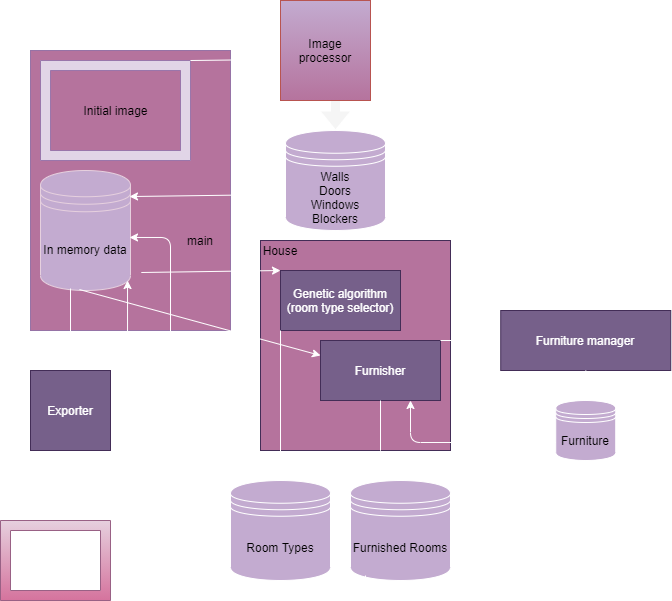
CoLuiza/houseschemagenerator keeps this draw.io diagram as readme/diagram.png. Above is the earlier version. Source tidied: cells renumbered, new cells last; positions are measured from the earlier drawing's top-left corner, leaving out a move shared by most shapes. Source of this version:
```xml
<mxGraphModel>
  <root>
    <mxCell id="0" />
    <mxCell id="1" parent="0" />
    <mxCell id="2" style="endArrow=classic;html=1;exitX=0.5;exitY=1;exitDx=0;exitDy=0;labelBackgroundColor=#FFFFFF;fillColor=#f5f5f5;strokeColor=#FFFFFF;" parent="1" edge="1" source="30">
      <mxGeometry relative="1" as="geometry">
        <mxPoint x="70" y="518" as="targetPoint" />
      </mxGeometry>
    </mxCell>
    <mxCell id="3" style="shape=flexArrow;endArrow=classic;html=1;entryX=0.5;entryY=0;entryDx=0;entryDy=0;labelBackgroundColor=#FFFFFF;fillColor=#f5f5f5;strokeColor=#FFFFFF;" parent="1" edge="1" target="17">
      <mxGeometry relative="1" as="geometry">
        <mxPoint x="335" y="90" as="sourcePoint" />
      </mxGeometry>
    </mxCell>
    <mxCell id="4" style="rounded=0;whiteSpace=wrap;html=1;strokeColor=#9673a6;fillColor=#B5739D;" parent="1" vertex="1">
      <mxGeometry x="30" y="50" width="200" height="280" as="geometry" />
    </mxCell>
    <mxCell id="5" style="verticalLabelPosition=bottom;verticalAlign=top;html=1;shape=mxgraph.basic.frame;dx=10;fillColor=#e1d5e7;strokeColor=#9A76AB;" parent="1" vertex="1">
      <mxGeometry x="40" y="60" width="150" height="100" as="geometry" />
    </mxCell>
    <mxCell id="6" value="Initial image" style="text;html=1;align=center;verticalAlign=middle;" parent="5" vertex="1">
      <mxGeometry x="35" y="40" width="80" height="20" as="geometry" />
    </mxCell>
    <mxCell id="7" value="Image processor" style="rounded=0;whiteSpace=wrap;html=1;strokeColor=#b85450;gradientColor=#B5739D;fillColor=#C3ABD0;" parent="1" vertex="1">
      <mxGeometry x="280" width="90" height="100" as="geometry" />
    </mxCell>
    <mxCell id="8" value="In memory data" style="shape=datastore;whiteSpace=wrap;html=1;strokeColor=#E6D0DE;fillColor=#C3ABD0;" parent="1" vertex="1">
      <mxGeometry x="40" y="170" width="90" height="120" as="geometry" />
    </mxCell>
    <mxCell id="9" style="endArrow=classic;html=1;entryX=0.989;entryY=0.217;entryDx=0;entryDy=0;entryPerimeter=0;exitX=-0.03;exitY=0.64;exitDx=0;exitDy=0;exitPerimeter=0;labelBackgroundColor=#FFFFFF;fillColor=#f5f5f5;strokeColor=#FFFFFF;" parent="1" edge="1" source="17" target="8">
      <mxGeometry relative="1" as="geometry" />
    </mxCell>
    <mxCell id="10" style="endArrow=classic;html=1;entryX=-0.044;entryY=0.59;entryDx=0;entryDy=0;exitX=1;exitY=0;exitDx=0;exitDy=0;exitPerimeter=0;entryPerimeter=0;labelBackgroundColor=#FFFFFF;fillColor=#f5f5f5;strokeColor=#FFFFFF;" parent="1" edge="1" source="5" target="7">
      <mxGeometry relative="1" as="geometry" />
    </mxCell>
    <mxCell id="11" value="main" style="text;html=1;strokeColor=none;fillColor=none;align=center;verticalAlign=middle;whiteSpace=wrap;rounded=0;" parent="1" vertex="1">
      <mxGeometry x="180" y="230" width="40" height="20" as="geometry" />
    </mxCell>
    <mxCell id="12" style="rounded=0;whiteSpace=wrap;html=1;strokeColor=#432D57;fontColor=#ffffff;fillColor=#B5739D;" parent="1" vertex="1">
      <mxGeometry x="260" y="240" width="190" height="210" as="geometry" />
    </mxCell>
    <mxCell id="13" value="House" style="text;html=1;strokeColor=none;fillColor=none;align=center;verticalAlign=middle;whiteSpace=wrap;rounded=0;" parent="1" vertex="1">
      <mxGeometry x="260" y="240" width="40" height="20" as="geometry" />
    </mxCell>
    <mxCell id="14" value="Genetic algorithm (room type selector)" style="rounded=0;whiteSpace=wrap;html=1;fillColor=#76608a;strokeColor=#432D57;fontColor=#ffffff;" parent="1" vertex="1">
      <mxGeometry x="280" y="270" width="120" height="60" as="geometry" />
    </mxCell>
    <mxCell id="15" style="endArrow=classic;html=1;exitX=1.12;exitY=0.85;exitDx=0;exitDy=0;exitPerimeter=0;entryX=0;entryY=0;entryDx=0;entryDy=0;labelBackgroundColor=#FFFFFF;fillColor=#f5f5f5;strokeColor=#FFFFFF;" parent="1" edge="1" source="8" target="14">
      <mxGeometry relative="1" as="geometry" />
    </mxCell>
    <mxCell id="16" style="endArrow=classic;html=1;exitX=0;exitY=0.5;exitDx=0;exitDy=0;entryX=0.989;entryY=0.558;entryDx=0;entryDy=0;entryPerimeter=0;labelBackgroundColor=#FFFFFF;fillColor=#f5f5f5;strokeColor=#FFFFFF;" parent="1" edge="1" source="18" target="8">
      <mxGeometry relative="1" as="geometry">
        <Array as="points">
          <mxPoint x="170" y="530" />
          <mxPoint x="170" y="237" />
        </Array>
      </mxGeometry>
    </mxCell>
    <mxCell id="17" value="Walls&lt;br&gt;Doors&lt;br&gt;Windows&lt;br&gt;Blockers" style="shape=datastore;whiteSpace=wrap;html=1;fillColor=#C3ABD0;strokeColor=#FFFFFF;" parent="1" vertex="1">
      <mxGeometry x="285" y="130" width="100" height="100" as="geometry" />
    </mxCell>
    <mxCell id="18" value="Room Types" style="shape=datastore;whiteSpace=wrap;html=1;fillColor=#C3ABD0;strokeColor=#FFFFFF;" parent="1" vertex="1">
      <mxGeometry x="230" y="480" width="100" height="100" as="geometry" />
    </mxCell>
    <mxCell id="19" value="Furniture manager" style="rounded=0;whiteSpace=wrap;html=1;fillColor=#76608a;strokeColor=#432D57;fontColor=#ffffff;" parent="1" vertex="1">
      <mxGeometry x="500.2" y="310" width="170" height="60" as="geometry" />
    </mxCell>
    <mxCell id="20" value="Furnisher" style="rounded=0;whiteSpace=wrap;html=1;fillColor=#76608a;strokeColor=#432D57;fontColor=#ffffff;" parent="1" vertex="1">
      <mxGeometry x="320" y="340" width="120" height="60" as="geometry" />
    </mxCell>
    <mxCell id="21" style="endArrow=classic;html=1;exitX=0;exitY=1;exitDx=0;exitDy=0;entryX=0.5;entryY=0;entryDx=0;entryDy=0;labelBackgroundColor=#FFFFFF;fillColor=#f5f5f5;strokeColor=#FFFFFF;" parent="1" edge="1" source="14" target="18">
      <mxGeometry relative="1" as="geometry" />
    </mxCell>
    <mxCell id="22" style="endArrow=classic;html=1;entryX=0;entryY=0.25;entryDx=0;entryDy=0;exitX=0.433;exitY=0.992;exitDx=0;exitDy=0;exitPerimeter=0;labelBackgroundColor=#FFFFFF;fillColor=#f5f5f5;strokeColor=#FFFFFF;" parent="1" edge="1" source="8" target="20">
      <mxGeometry relative="1" as="geometry" />
    </mxCell>
    <mxCell id="23" style="endArrow=classic;html=1;entryX=0.5;entryY=0;entryDx=0;entryDy=0;labelBackgroundColor=#FFFFFF;fillColor=#f5f5f5;strokeColor=#FFFFFF;" parent="1" edge="1" source="19">
      <mxGeometry x="0.33" y="35" relative="1" as="geometry">
        <mxPoint x="585.2" y="400" as="targetPoint" />
      </mxGeometry>
    </mxCell>
    <mxCell id="24" value="&lt;span&gt;Furniture&lt;/span&gt;" style="shape=datastore;whiteSpace=wrap;html=1;fillColor=#C3ABD0;strokeColor=#FFFFFF;" parent="1" vertex="1">
      <mxGeometry x="555.2" y="400" width="60" height="60" as="geometry" />
    </mxCell>
    <mxCell id="25" style="endArrow=classic;html=1;entryX=0.75;entryY=1;entryDx=0;entryDy=0;exitX=0;exitY=0.7;exitDx=0;exitDy=0;labelBackgroundColor=#FFFFFF;fillColor=#f5f5f5;strokeColor=#FFFFFF;" parent="1" edge="1" source="24">
      <mxGeometry relative="1" as="geometry">
        <mxPoint x="410" y="400" as="targetPoint" />
        <Array as="points">
          <mxPoint x="410" y="442" />
        </Array>
      </mxGeometry>
    </mxCell>
    <mxCell id="26" style="endArrow=classic;html=1;entryX=0;entryY=0.5;entryDx=0;entryDy=0;labelBackgroundColor=#FFFFFF;fillColor=#f5f5f5;strokeColor=#FFFFFF;" parent="1" edge="1" target="19">
      <mxGeometry relative="1" as="geometry">
        <mxPoint x="440" y="340" as="sourcePoint" />
      </mxGeometry>
    </mxCell>
    <mxCell id="27" value="Furnished Rooms" style="shape=datastore;whiteSpace=wrap;html=1;fillColor=#C3ABD0;strokeColor=#FFFFFF;" parent="1" vertex="1">
      <mxGeometry x="350" y="480" width="100" height="100" as="geometry" />
    </mxCell>
    <mxCell id="28" style="endArrow=classic;html=1;exitX=0.5;exitY=1;exitDx=0;exitDy=0;entryX=0.3;entryY=0;entryDx=0;entryDy=0;entryPerimeter=0;labelBackgroundColor=#FFFFFF;fillColor=#f5f5f5;strokeColor=#FFFFFF;" parent="1" edge="1" source="20" target="27">
      <mxGeometry x="0.5" y="30" relative="1" as="geometry">
        <Array as="points">
          <mxPoint x="380" y="460" />
        </Array>
      </mxGeometry>
    </mxCell>
    <mxCell id="29" style="endArrow=classic;html=1;entryX=0.967;entryY=0.917;entryDx=0;entryDy=0;entryPerimeter=0;exitX=0.15;exitY=0.95;exitDx=0;exitDy=0;exitPerimeter=0;labelBackgroundColor=#FFFFFF;fillColor=#f5f5f5;strokeColor=#FFFFFF;" parent="1" edge="1" source="27" target="8">
      <mxGeometry relative="1" as="geometry">
        <Array as="points">
          <mxPoint x="365" y="590" />
          <mxPoint x="127" y="590" />
        </Array>
      </mxGeometry>
    </mxCell>
    <mxCell id="30" value="Exporter" style="whiteSpace=wrap;html=1;fillColor=#76608a;strokeColor=#432D57;fontColor=#ffffff;" parent="1" vertex="1">
      <mxGeometry x="30" y="370" width="80" height="80" as="geometry" />
    </mxCell>
    <mxCell id="31" style="endArrow=classic;html=1;entryX=0.5;entryY=0;entryDx=0;entryDy=0;labelBackgroundColor=#FFFFFF;fillColor=#f5f5f5;strokeColor=#FFFFFF;" parent="1" edge="1" target="30">
      <mxGeometry relative="1" as="geometry">
        <mxPoint x="70" y="288" as="sourcePoint" />
      </mxGeometry>
    </mxCell>
    <mxCell id="32" style="verticalLabelPosition=bottom;verticalAlign=top;html=1;shape=mxgraph.basic.frame;dx=10;fillColor=#e6d0de;strokeColor=#996185;gradientColor=#d5739d;fontColor=#FFFFFF;" parent="1" vertex="1">
      <mxGeometry y="520" width="110" height="80" as="geometry" />
    </mxCell>
    <mxCell id="33" value="Final image" style="text;html=1;align=center;verticalAlign=middle;fontColor=#FFFFFF;" parent="32" vertex="1">
      <mxGeometry x="14" y="31" width="80" height="20" as="geometry" />
    </mxCell>
    <mxCell id="34" value="0" style="endArrow=classic;html=1;entryX=0;entryY=0;entryDx=0;entryDy=0;noLabel=1;fontColor=none;labelBackgroundColor=#FFFFFF;fillColor=#f5f5f5;strokeColor=#FFFFFF;" parent="1" edge="1" target="4">
      <mxGeometry x="0.4" y="40" relative="1" as="geometry">
        <mxPoint x="10" y="10" as="sourcePoint" />
      </mxGeometry>
    </mxCell>
  </root>
</mxGraphModel>
```
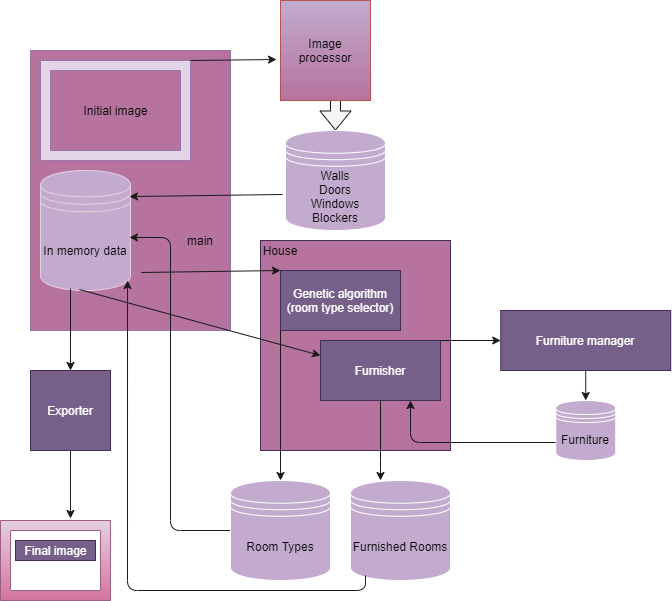
Above is the later version.

What changed in the source:
```diff
@@ -2,12 +2,12 @@
   <root>
     <mxCell id="0" />
     <mxCell id="1" parent="0" />
-    <mxCell id="2" style="endArrow=classic;html=1;exitX=0.5;exitY=1;exitDx=0;exitDy=0;labelBackgroundColor=#FFFFFF;fillColor=#f5f5f5;strokeColor=#FFFFFF;" parent="1" edge="1" source="30">
+    <mxCell id="2" style="endArrow=classic;html=1;exitX=0.5;exitY=1;exitDx=0;exitDy=0;labelBackgroundColor=#FFFFFF;fillColor=#e6d0de;gradientColor=#d5739d;strokeColor=#1A1A1A;" parent="1" edge="1" source="30">
       <mxGeometry relative="1" as="geometry">
         <mxPoint x="70" y="518" as="targetPoint" />
       </mxGeometry>
     </mxCell>
-    <mxCell id="3" style="shape=flexArrow;endArrow=classic;html=1;entryX=0.5;entryY=0;entryDx=0;entryDy=0;labelBackgroundColor=#FFFFFF;fillColor=#f5f5f5;strokeColor=#FFFFFF;" parent="1" edge="1" target="17">
+    <mxCell id="3" style="shape=flexArrow;endArrow=classic;html=1;entryX=0.5;entryY=0;entryDx=0;entryDy=0;labelBackgroundColor=#FFFFFF;fillColor=#f5f5f5;strokeColor=#1A1A1A;" parent="1" edge="1" target="17">
       <mxGeometry relative="1" as="geometry">
         <mxPoint x="335" y="90" as="sourcePoint" />
       </mxGeometry>
@@ -27,10 +27,10 @@
     <mxCell id="8" value="In memory data" style="shape=datastore;whiteSpace=wrap;html=1;strokeColor=#E6D0DE;fillColor=#C3ABD0;" parent="1" vertex="1">
       <mxGeometry x="40" y="170" width="90" height="120" as="geometry" />
     </mxCell>
-    <mxCell id="9" style="endArrow=classic;html=1;entryX=0.989;entryY=0.217;entryDx=0;entryDy=0;entryPerimeter=0;exitX=-0.03;exitY=0.64;exitDx=0;exitDy=0;exitPerimeter=0;labelBackgroundColor=#FFFFFF;fillColor=#f5f5f5;strokeColor=#FFFFFF;" parent="1" edge="1" source="17" target="8">
+    <mxCell id="9" style="endArrow=classic;html=1;entryX=0.989;entryY=0.217;entryDx=0;entryDy=0;entryPerimeter=0;exitX=-0.03;exitY=0.64;exitDx=0;exitDy=0;exitPerimeter=0;labelBackgroundColor=#FFFFFF;fillColor=#e6d0de;gradientColor=#d5739d;strokeColor=#1A1A1A;" parent="1" edge="1" source="17" target="8">
       <mxGeometry relative="1" as="geometry" />
     </mxCell>
-    <mxCell id="10" style="endArrow=classic;html=1;entryX=-0.044;entryY=0.59;entryDx=0;entryDy=0;exitX=1;exitY=0;exitDx=0;exitDy=0;exitPerimeter=0;entryPerimeter=0;labelBackgroundColor=#FFFFFF;fillColor=#f5f5f5;strokeColor=#FFFFFF;" parent="1" edge="1" source="5" target="7">
+    <mxCell id="10" style="endArrow=classic;html=1;entryX=-0.044;entryY=0.59;entryDx=0;entryDy=0;exitX=1;exitY=0;exitDx=0;exitDy=0;exitPerimeter=0;entryPerimeter=0;labelBackgroundColor=#FFFFFF;fillColor=#f5f5f5;strokeColor=#1A1A1A;" parent="1" edge="1" source="5" target="7">
       <mxGeometry relative="1" as="geometry" />
     </mxCell>
     <mxCell id="11" value="main" style="text;html=1;strokeColor=none;fillColor=none;align=center;verticalAlign=middle;whiteSpace=wrap;rounded=0;" parent="1" vertex="1">
@@ -45,10 +45,10 @@
     <mxCell id="14" value="Genetic algorithm (room type selector)" style="rounded=0;whiteSpace=wrap;html=1;fillColor=#76608a;strokeColor=#432D57;fontColor=#ffffff;" parent="1" vertex="1">
       <mxGeometry x="280" y="270" width="120" height="60" as="geometry" />
     </mxCell>
-    <mxCell id="15" style="endArrow=classic;html=1;exitX=1.12;exitY=0.85;exitDx=0;exitDy=0;exitPerimeter=0;entryX=0;entryY=0;entryDx=0;entryDy=0;labelBackgroundColor=#FFFFFF;fillColor=#f5f5f5;strokeColor=#FFFFFF;" parent="1" edge="1" source="8" target="14">
+    <mxCell id="15" style="endArrow=classic;html=1;exitX=1.12;exitY=0.85;exitDx=0;exitDy=0;exitPerimeter=0;entryX=0;entryY=0;entryDx=0;entryDy=0;labelBackgroundColor=#FFFFFF;fillColor=#e6d0de;gradientColor=#d5739d;strokeColor=#1A1A1A;" parent="1" edge="1" source="8" target="14">
       <mxGeometry relative="1" as="geometry" />
     </mxCell>
-    <mxCell id="16" style="endArrow=classic;html=1;exitX=0;exitY=0.5;exitDx=0;exitDy=0;entryX=0.989;entryY=0.558;entryDx=0;entryDy=0;entryPerimeter=0;labelBackgroundColor=#FFFFFF;fillColor=#f5f5f5;strokeColor=#FFFFFF;" parent="1" edge="1" source="18" target="8">
+    <mxCell id="16" style="endArrow=classic;html=1;exitX=0;exitY=0.5;exitDx=0;exitDy=0;entryX=0.989;entryY=0.558;entryDx=0;entryDy=0;entryPerimeter=0;labelBackgroundColor=#FFFFFF;fillColor=#e6d0de;gradientColor=#d5739d;strokeColor=#1A1A1A;" parent="1" edge="1" source="18" target="8">
       <mxGeometry relative="1" as="geometry">
         <Array as="points">
           <mxPoint x="170" y="530" />
@@ -68,13 +68,13 @@
     <mxCell id="20" value="Furnisher" style="rounded=0;whiteSpace=wrap;html=1;fillColor=#76608a;strokeColor=#432D57;fontColor=#ffffff;" parent="1" vertex="1">
       <mxGeometry x="320" y="340" width="120" height="60" as="geometry" />
     </mxCell>
-    <mxCell id="21" style="endArrow=classic;html=1;exitX=0;exitY=1;exitDx=0;exitDy=0;entryX=0.5;entryY=0;entryDx=0;entryDy=0;labelBackgroundColor=#FFFFFF;fillColor=#f5f5f5;strokeColor=#FFFFFF;" parent="1" edge="1" source="14" target="18">
+    <mxCell id="21" style="endArrow=classic;html=1;exitX=0;exitY=1;exitDx=0;exitDy=0;entryX=0.5;entryY=0;entryDx=0;entryDy=0;labelBackgroundColor=#FFFFFF;fillColor=#e6d0de;gradientColor=#d5739d;strokeColor=#1A1A1A;" parent="1" edge="1" source="14" target="18">
       <mxGeometry relative="1" as="geometry" />
     </mxCell>
-    <mxCell id="22" style="endArrow=classic;html=1;entryX=0;entryY=0.25;entryDx=0;entryDy=0;exitX=0.433;exitY=0.992;exitDx=0;exitDy=0;exitPerimeter=0;labelBackgroundColor=#FFFFFF;fillColor=#f5f5f5;strokeColor=#FFFFFF;" parent="1" edge="1" source="8" target="20">
+    <mxCell id="22" style="endArrow=classic;html=1;entryX=0;entryY=0.25;entryDx=0;entryDy=0;exitX=0.433;exitY=0.992;exitDx=0;exitDy=0;exitPerimeter=0;labelBackgroundColor=#FFFFFF;fillColor=#e6d0de;gradientColor=#d5739d;strokeColor=#1A1A1A;" parent="1" edge="1" source="8" target="20">
       <mxGeometry relative="1" as="geometry" />
     </mxCell>
-    <mxCell id="23" style="endArrow=classic;html=1;entryX=0.5;entryY=0;entryDx=0;entryDy=0;labelBackgroundColor=#FFFFFF;fillColor=#f5f5f5;strokeColor=#FFFFFF;" parent="1" edge="1" source="19">
+    <mxCell id="23" style="endArrow=classic;html=1;entryX=0.5;entryY=0;entryDx=0;entryDy=0;labelBackgroundColor=#FFFFFF;fillColor=#e6d0de;gradientColor=#d5739d;strokeColor=#1A1A1A;" parent="1" edge="1" source="19">
       <mxGeometry x="0.33" y="35" relative="1" as="geometry">
         <mxPoint x="585.2" y="400" as="targetPoint" />
       </mxGeometry>
@@ -82,7 +82,7 @@
     <mxCell id="24" value="&lt;span&gt;Furniture&lt;/span&gt;" style="shape=datastore;whiteSpace=wrap;html=1;fillColor=#C3ABD0;strokeColor=#FFFFFF;" parent="1" vertex="1">
       <mxGeometry x="555.2" y="400" width="60" height="60" as="geometry" />
     </mxCell>
-    <mxCell id="25" style="endArrow=classic;html=1;entryX=0.75;entryY=1;entryDx=0;entryDy=0;exitX=0;exitY=0.7;exitDx=0;exitDy=0;labelBackgroundColor=#FFFFFF;fillColor=#f5f5f5;strokeColor=#FFFFFF;" parent="1" edge="1" source="24">
+    <mxCell id="25" style="endArrow=classic;html=1;entryX=0.75;entryY=1;entryDx=0;entryDy=0;exitX=0;exitY=0.7;exitDx=0;exitDy=0;labelBackgroundColor=#FFFFFF;fillColor=#e6d0de;gradientColor=#d5739d;strokeColor=#1A1A1A;" parent="1" edge="1" source="24">
       <mxGeometry relative="1" as="geometry">
         <mxPoint x="410" y="400" as="targetPoint" />
         <Array as="points">
@@ -90,7 +90,7 @@
         </Array>
       </mxGeometry>
     </mxCell>
-    <mxCell id="26" style="endArrow=classic;html=1;entryX=0;entryY=0.5;entryDx=0;entryDy=0;labelBackgroundColor=#FFFFFF;fillColor=#f5f5f5;strokeColor=#FFFFFF;" parent="1" edge="1" target="19">
+    <mxCell id="26" style="endArrow=classic;html=1;entryX=0;entryY=0.5;entryDx=0;entryDy=0;labelBackgroundColor=#FFFFFF;fillColor=#e6d0de;gradientColor=#d5739d;strokeColor=#1A1A1A;" parent="1" edge="1" target="19">
       <mxGeometry relative="1" as="geometry">
         <mxPoint x="440" y="340" as="sourcePoint" />
       </mxGeometry>
@@ -98,14 +98,14 @@
     <mxCell id="27" value="Furnished Rooms" style="shape=datastore;whiteSpace=wrap;html=1;fillColor=#C3ABD0;strokeColor=#FFFFFF;" parent="1" vertex="1">
       <mxGeometry x="350" y="480" width="100" height="100" as="geometry" />
     </mxCell>
-    <mxCell id="28" style="endArrow=classic;html=1;exitX=0.5;exitY=1;exitDx=0;exitDy=0;entryX=0.3;entryY=0;entryDx=0;entryDy=0;entryPerimeter=0;labelBackgroundColor=#FFFFFF;fillColor=#f5f5f5;strokeColor=#FFFFFF;" parent="1" edge="1" source="20" target="27">
+    <mxCell id="28" style="endArrow=classic;html=1;exitX=0.5;exitY=1;exitDx=0;exitDy=0;entryX=0.3;entryY=0;entryDx=0;entryDy=0;entryPerimeter=0;labelBackgroundColor=#FFFFFF;fillColor=#e6d0de;gradientColor=#d5739d;strokeColor=#1A1A1A;" parent="1" edge="1" source="20" target="27">
       <mxGeometry x="0.5" y="30" relative="1" as="geometry">
         <Array as="points">
           <mxPoint x="380" y="460" />
         </Array>
       </mxGeometry>
     </mxCell>
-    <mxCell id="29" style="endArrow=classic;html=1;entryX=0.967;entryY=0.917;entryDx=0;entryDy=0;entryPerimeter=0;exitX=0.15;exitY=0.95;exitDx=0;exitDy=0;exitPerimeter=0;labelBackgroundColor=#FFFFFF;fillColor=#f5f5f5;strokeColor=#FFFFFF;" parent="1" edge="1" source="27" target="8">
+    <mxCell id="29" style="endArrow=classic;html=1;entryX=0.967;entryY=0.917;entryDx=0;entryDy=0;entryPerimeter=0;exitX=0.15;exitY=0.95;exitDx=0;exitDy=0;exitPerimeter=0;labelBackgroundColor=#FFFFFF;fillColor=#e6d0de;gradientColor=#d5739d;strokeColor=#1A1A1A;" parent="1" edge="1" source="27" target="8">
       <mxGeometry relative="1" as="geometry">
         <Array as="points">
           <mxPoint x="365" y="590" />
@@ -116,7 +116,7 @@
     <mxCell id="30" value="Exporter" style="whiteSpace=wrap;html=1;fillColor=#76608a;strokeColor=#432D57;fontColor=#ffffff;" parent="1" vertex="1">
       <mxGeometry x="30" y="370" width="80" height="80" as="geometry" />
     </mxCell>
-    <mxCell id="31" style="endArrow=classic;html=1;entryX=0.5;entryY=0;entryDx=0;entryDy=0;labelBackgroundColor=#FFFFFF;fillColor=#f5f5f5;strokeColor=#FFFFFF;" parent="1" edge="1" target="30">
+    <mxCell id="31" style="endArrow=classic;html=1;entryX=0.5;entryY=0;entryDx=0;entryDy=0;labelBackgroundColor=#FFFFFF;fillColor=#e6d0de;gradientColor=#d5739d;strokeColor=#1A1A1A;" parent="1" edge="1" target="30">
       <mxGeometry relative="1" as="geometry">
         <mxPoint x="70" y="288" as="sourcePoint" />
       </mxGeometry>
@@ -124,8 +124,8 @@
     <mxCell id="32" style="verticalLabelPosition=bottom;verticalAlign=top;html=1;shape=mxgraph.basic.frame;dx=10;fillColor=#e6d0de;strokeColor=#996185;gradientColor=#d5739d;fontColor=#FFFFFF;" parent="1" vertex="1">
       <mxGeometry y="520" width="110" height="80" as="geometry" />
     </mxCell>
-    <mxCell id="33" value="Final image" style="text;html=1;align=center;verticalAlign=middle;fontColor=#FFFFFF;" parent="32" vertex="1">
-      <mxGeometry x="14" y="31" width="80" height="20" as="geometry" />
+    <mxCell id="33" value="Final image" style="text;html=1;align=center;verticalAlign=middle;fontColor=#ffffff;fillColor=#76608a;strokeColor=#432D57;" parent="32" vertex="1">
+      <mxGeometry x="15" y="20" width="80" height="20" as="geometry" />
     </mxCell>
     <mxCell id="34" value="0" style="endArrow=classic;html=1;entryX=0;entryY=0;entryDx=0;entryDy=0;noLabel=1;fontColor=none;labelBackgroundColor=#FFFFFF;fillColor=#f5f5f5;strokeColor=#FFFFFF;" parent="1" edge="1" target="4">
       <mxGeometry x="0.4" y="40" relative="1" as="geometry">
```
